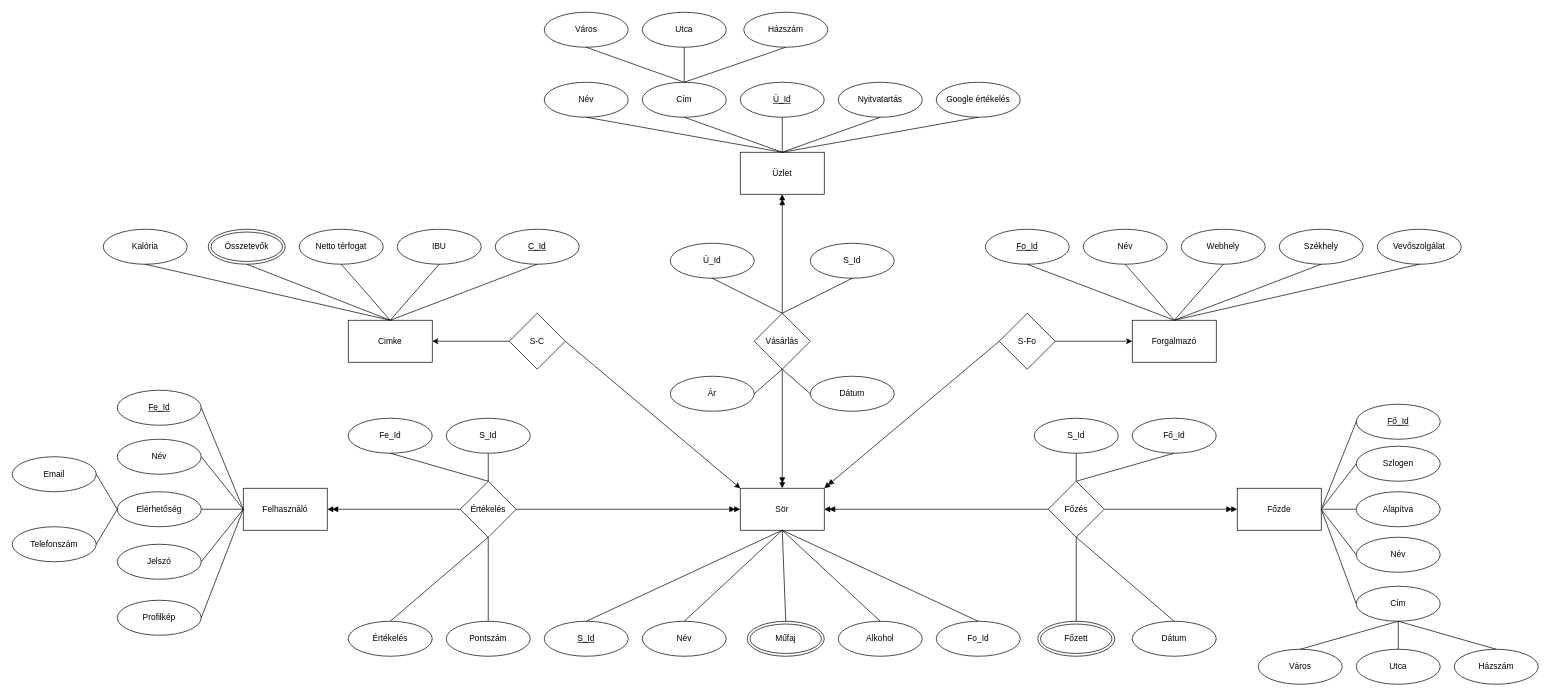
Above: FJYXPC_XMLTask/FJYXPC_ER.drawio in Vlenard/FJYXPCWebXML (draw.io), before the change. Source tidied: cells renumbered, new cells numbered last; positions are measured from the earlier drawing's top-left corner, leaving out a move shared by most shapes. Both pictures are drawn from the tidied source at 70%, with x=0, y=0 at pixel (12, 12).
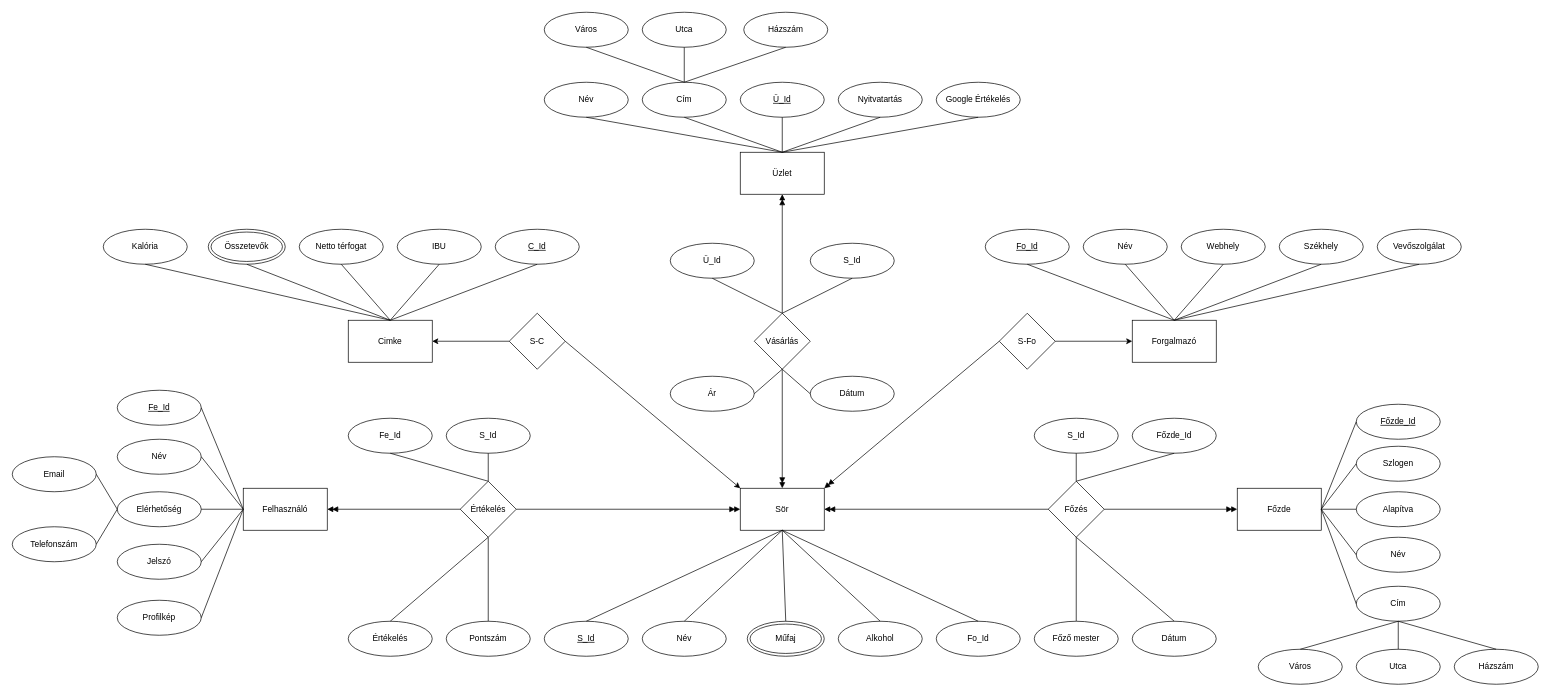
The same diagram, later.

The edit, as a diff of the source:
```diff
@@
-    <mxCell id="51" value="Fő_Id" style="ellipse;whiteSpace=wrap;html=1;fontStyle=0;" parent="1" vertex="1">
+    <mxCell id="51" value="Főzde_Id" style="ellipse;whiteSpace=wrap;html=1;fontStyle=0;" parent="1" vertex="1">
       <mxGeometry x="1600" y="580" width="120" height="50" as="geometry" />
     </mxCell>
@@
-    <mxCell id="61" value="Fő_Id" style="ellipse;whiteSpace=wrap;html=1;fontStyle=4;" parent="1" vertex="1">
+    <mxCell id="61" value="Főzde_Id" style="ellipse;whiteSpace=wrap;html=1;fontStyle=4;" parent="1" vertex="1">
       <mxGeometry x="1920" y="560" width="120" height="50" as="geometry" />
     </mxCell>
@@
-    <mxCell id="67" value="Főzett" style="ellipse;shape=doubleEllipse;whiteSpace=wrap;html=1;" parent="1" vertex="1">
-      <mxGeometry x="1465" y="870" width="110" height="50" as="geometry" />
-    </mxCell>
@@
-    <mxCell id="96" value="Google értékelés" style="ellipse;whiteSpace=wrap;html=1;fontStyle=0;" parent="1" vertex="1">
+    <mxCell id="96" value="Google Értékelés" style="ellipse;whiteSpace=wrap;html=1;fontStyle=0;" parent="1" vertex="1">
       <mxGeometry x="1320" y="100" width="120" height="50" as="geometry" />
     </mxCell>
@@
-    <mxCell id="116" value="Netto térfogat" style="ellipse;whiteSpace=wrap;html=1;fontStyle=0;" parent="1" vertex="1">
+    <mxCell id="116" value="Netto t&lt;span style=&quot;background-color: transparent; color: light-dark(rgb(0, 0, 0), rgb(255, 255, 255));&quot;&gt;érfogat&lt;/span&gt;" style="ellipse;whiteSpace=wrap;html=1;fontStyle=0;" parent="1" vertex="1">
       <mxGeometry x="410" y="310" width="120" height="50" as="geometry" />
     </mxCell>
@@
+    <mxCell id="123" value="Főző mester" style="ellipse;whiteSpace=wrap;html=1;fontStyle=0;" parent="1" vertex="1">
+      <mxGeometry x="1460" y="870" width="120" height="50" as="geometry" />
+    </mxCell>
```
